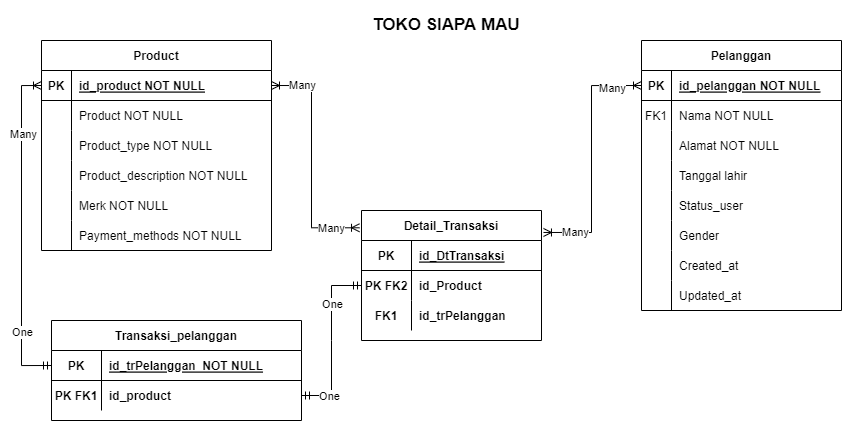
Above: ERD_Moh. Alif Al Lukman.png in ALTA-DE12-ALIF/Database-1 (draw.io), before the change. Source tidied: cells renumbered, new cells last; positions are measured from the earlier drawing's top-left corner, leaving out a move shared by most shapes. Source of this version:
```xml
<mxGraphModel>
  <root>
    <mxCell id="0" />
    <mxCell id="1" parent="0" />
    <mxCell id="2" value="Pelanggan" style="shape=table;startSize=30;rowLines=0;fontStyle=1;align=center;" parent="1" vertex="1">
      <mxGeometry x="620" y="30" width="200" height="270" as="geometry" />
    </mxCell>
    <mxCell id="3" style="shape=partialRectangle;fillColor=none;points=[[0,0.5],[1,0.5]];portConstraint=eastwest;top=0;left=0;right=0;bottom=1;" parent="2" vertex="1">
      <mxGeometry y="30" width="200" height="30" as="geometry" />
    </mxCell>
    <mxCell id="4" value="PK" style="shape=partialRectangle;overflow=hidden;fillColor=none;top=0;left=0;bottom=0;right=0;fontStyle=1;" parent="3" vertex="1">
      <mxGeometry width="30" height="30" as="geometry" />
    </mxCell>
    <mxCell id="5" value="id_pelanggan NOT NULL " style="shape=partialRectangle;overflow=hidden;fillColor=none;top=0;left=0;bottom=0;right=0;align=left;spacingLeft=6;fontStyle=5;" parent="3" vertex="1">
      <mxGeometry x="30" width="170" height="30" as="geometry" />
    </mxCell>
    <mxCell id="6" style="shape=partialRectangle;fillColor=none;top=0;left=0;right=0;bottom=0;" parent="2" vertex="1">
      <mxGeometry y="60" width="200" height="30" as="geometry" />
    </mxCell>
    <mxCell id="7" value="FK1" style="shape=partialRectangle;overflow=hidden;fillColor=none;top=0;left=0;bottom=0;right=0;" parent="6" vertex="1">
      <mxGeometry width="30" height="30" as="geometry" />
    </mxCell>
    <mxCell id="8" value="Nama NOT NULL" style="shape=partialRectangle;overflow=hidden;fillColor=none;top=0;left=0;bottom=0;right=0;align=left;spacingLeft=6;" parent="6" vertex="1">
      <mxGeometry x="30" width="170" height="30" as="geometry" />
    </mxCell>
    <mxCell id="9" style="shape=partialRectangle;fillColor=none;top=0;left=0;right=0;bottom=0;" parent="2" vertex="1">
      <mxGeometry y="90" width="200" height="30" as="geometry" />
    </mxCell>
    <mxCell id="10" style="shape=partialRectangle;overflow=hidden;fillColor=none;top=0;left=0;bottom=0;right=0;" parent="9" vertex="1">
      <mxGeometry width="30" height="30" as="geometry" />
    </mxCell>
    <mxCell id="11" value="Alamat NOT NULL" style="shape=partialRectangle;overflow=hidden;fillColor=none;top=0;left=0;bottom=0;right=0;align=left;spacingLeft=6;" parent="9" vertex="1">
      <mxGeometry x="30" width="170" height="30" as="geometry" />
    </mxCell>
    <mxCell id="12" style="shape=partialRectangle;fillColor=none;top=0;left=0;right=0;bottom=0;" parent="2" vertex="1">
      <mxGeometry y="120" width="200" height="30" as="geometry" />
    </mxCell>
    <mxCell id="13" style="shape=partialRectangle;overflow=hidden;fillColor=none;top=0;left=0;bottom=0;right=0;" parent="12" vertex="1">
      <mxGeometry width="30" height="30" as="geometry" />
    </mxCell>
    <mxCell id="14" value="Tanggal lahir" style="shape=partialRectangle;overflow=hidden;fillColor=none;top=0;left=0;bottom=0;right=0;align=left;spacingLeft=6;" parent="12" vertex="1">
      <mxGeometry x="30" width="170" height="30" as="geometry" />
    </mxCell>
    <mxCell id="15" style="shape=partialRectangle;fillColor=none;top=0;left=0;right=0;bottom=0;" parent="2" vertex="1">
      <mxGeometry y="150" width="200" height="30" as="geometry" />
    </mxCell>
    <mxCell id="16" style="shape=partialRectangle;overflow=hidden;fillColor=none;top=0;left=0;bottom=0;right=0;" parent="15" vertex="1">
      <mxGeometry width="30" height="30" as="geometry" />
    </mxCell>
    <mxCell id="17" value="Status_user" style="shape=partialRectangle;overflow=hidden;fillColor=none;top=0;left=0;bottom=0;right=0;align=left;spacingLeft=6;" parent="15" vertex="1">
      <mxGeometry x="30" width="170" height="30" as="geometry" />
    </mxCell>
    <mxCell id="18" style="shape=partialRectangle;fillColor=none;top=0;left=0;right=0;bottom=0;" parent="2" vertex="1">
      <mxGeometry y="180" width="200" height="30" as="geometry" />
    </mxCell>
    <mxCell id="19" style="shape=partialRectangle;overflow=hidden;fillColor=none;top=0;left=0;bottom=0;right=0;" parent="18" vertex="1">
      <mxGeometry width="30" height="30" as="geometry" />
    </mxCell>
    <mxCell id="20" value="Gender" style="shape=partialRectangle;overflow=hidden;fillColor=none;top=0;left=0;bottom=0;right=0;align=left;spacingLeft=6;" parent="18" vertex="1">
      <mxGeometry x="30" width="170" height="30" as="geometry" />
    </mxCell>
    <mxCell id="21" style="shape=partialRectangle;fillColor=none;top=0;left=0;right=0;bottom=0;" parent="2" vertex="1">
      <mxGeometry y="210" width="200" height="30" as="geometry" />
    </mxCell>
    <mxCell id="22" style="shape=partialRectangle;overflow=hidden;fillColor=none;top=0;left=0;bottom=0;right=0;" parent="21" vertex="1">
      <mxGeometry width="30" height="30" as="geometry" />
    </mxCell>
    <mxCell id="23" value="Created_at" style="shape=partialRectangle;overflow=hidden;fillColor=none;top=0;left=0;bottom=0;right=0;align=left;spacingLeft=6;" parent="21" vertex="1">
      <mxGeometry x="30" width="170" height="30" as="geometry" />
    </mxCell>
    <mxCell id="24" style="shape=partialRectangle;fillColor=none;top=0;left=0;right=0;bottom=0;" parent="2" vertex="1">
      <mxGeometry y="240" width="200" height="30" as="geometry" />
    </mxCell>
    <mxCell id="25" style="shape=partialRectangle;overflow=hidden;fillColor=none;top=0;left=0;bottom=0;right=0;" parent="24" vertex="1">
      <mxGeometry width="30" height="30" as="geometry" />
    </mxCell>
    <mxCell id="26" value="Updated_at" style="shape=partialRectangle;overflow=hidden;fillColor=none;top=0;left=0;bottom=0;right=0;align=left;spacingLeft=6;" parent="24" vertex="1">
      <mxGeometry x="30" width="170" height="30" as="geometry" />
    </mxCell>
    <mxCell id="27" value="Transaksi_pelanggan" style="shape=table;startSize=30;rowLines=0;fontStyle=1;align=center;" parent="1" vertex="1">
      <mxGeometry x="30" y="310" width="250" height="100" as="geometry" />
    </mxCell>
    <mxCell id="28" style="shape=partialRectangle;fillColor=none;points=[[0,0.5],[1,0.5]];portConstraint=eastwest;top=0;left=0;right=0;bottom=1;" parent="27" vertex="1">
      <mxGeometry y="30" width="250" height="30" as="geometry" />
    </mxCell>
    <mxCell id="29" value="PK" style="shape=partialRectangle;overflow=hidden;fillColor=none;top=0;left=0;bottom=0;right=0;fontStyle=1;" parent="28" vertex="1">
      <mxGeometry width="50" height="30" as="geometry" />
    </mxCell>
    <mxCell id="30" value="id_trPelanggan  NOT NULL " style="shape=partialRectangle;overflow=hidden;fillColor=none;top=0;left=0;bottom=0;right=0;align=left;spacingLeft=6;fontStyle=5;" parent="28" vertex="1">
      <mxGeometry x="50" width="200" height="30" as="geometry" />
    </mxCell>
    <mxCell id="31" style="shape=partialRectangle;fillColor=none;points=[[0,0.5],[1,0.5]];portConstraint=eastwest;top=0;left=0;right=0;bottom=0;" parent="27" vertex="1">
      <mxGeometry y="60" width="250" height="30" as="geometry" />
    </mxCell>
    <mxCell id="32" value="PK FK1" style="shape=partialRectangle;overflow=hidden;fillColor=none;top=0;left=0;bottom=0;right=0;fontStyle=1;" parent="31" vertex="1">
      <mxGeometry width="50" height="30" as="geometry" />
    </mxCell>
    <mxCell id="33" value="id_product" style="shape=partialRectangle;overflow=hidden;fillColor=none;top=0;left=0;bottom=0;right=0;align=left;spacingLeft=6;fontStyle=1;" parent="31" vertex="1">
      <mxGeometry x="50" width="200" height="30" as="geometry" />
    </mxCell>
    <mxCell id="34" value="Product" style="shape=table;startSize=30;rowLines=0;fontStyle=1;align=center;" parent="1" vertex="1">
      <mxGeometry x="20" y="30" width="230" height="210" as="geometry" />
    </mxCell>
    <mxCell id="35" style="shape=partialRectangle;fillColor=none;points=[[0,0.5],[1,0.5]];portConstraint=eastwest;top=0;left=0;right=0;bottom=1;" parent="34" vertex="1">
      <mxGeometry y="30" width="230" height="30" as="geometry" />
    </mxCell>
    <mxCell id="36" value="PK" style="shape=partialRectangle;overflow=hidden;fillColor=none;top=0;left=0;bottom=0;right=0;fontStyle=1;" parent="35" vertex="1">
      <mxGeometry width="30" height="30" as="geometry" />
    </mxCell>
    <mxCell id="37" value="id_product NOT NULL " style="shape=partialRectangle;overflow=hidden;fillColor=none;top=0;left=0;bottom=0;right=0;align=left;spacingLeft=6;fontStyle=5;" parent="35" vertex="1">
      <mxGeometry x="30" width="200" height="30" as="geometry" />
    </mxCell>
    <mxCell id="38" style="shape=partialRectangle;fillColor=none;top=0;left=0;right=0;bottom=0;" parent="34" vertex="1">
      <mxGeometry y="60" width="230" height="30" as="geometry" />
    </mxCell>
    <mxCell id="39" style="shape=partialRectangle;overflow=hidden;fillColor=none;top=0;left=0;bottom=0;right=0;" parent="38" vertex="1">
      <mxGeometry width="30" height="30" as="geometry" />
    </mxCell>
    <mxCell id="40" value="Product NOT NULL" style="shape=partialRectangle;overflow=hidden;fillColor=none;top=0;left=0;bottom=0;right=0;align=left;spacingLeft=6;" parent="38" vertex="1">
      <mxGeometry x="30" width="200" height="30" as="geometry" />
    </mxCell>
    <mxCell id="41" style="shape=partialRectangle;fillColor=none;top=0;left=0;right=0;bottom=0;" parent="34" vertex="1">
      <mxGeometry y="90" width="230" height="30" as="geometry" />
    </mxCell>
    <mxCell id="42" style="shape=partialRectangle;overflow=hidden;fillColor=none;top=0;left=0;bottom=0;right=0;" parent="41" vertex="1">
      <mxGeometry width="30" height="30" as="geometry" />
    </mxCell>
    <mxCell id="43" value="Product_type NOT NULL" style="shape=partialRectangle;overflow=hidden;fillColor=none;top=0;left=0;bottom=0;right=0;align=left;spacingLeft=6;" parent="41" vertex="1">
      <mxGeometry x="30" width="200" height="30" as="geometry" />
    </mxCell>
    <mxCell id="44" style="shape=partialRectangle;fillColor=none;top=0;left=0;right=0;bottom=0;" parent="34" vertex="1">
      <mxGeometry y="120" width="230" height="30" as="geometry" />
    </mxCell>
    <mxCell id="45" style="shape=partialRectangle;overflow=hidden;fillColor=none;top=0;left=0;bottom=0;right=0;" parent="44" vertex="1">
      <mxGeometry width="30" height="30" as="geometry" />
    </mxCell>
    <mxCell id="46" value="Product_description NOT NULL" style="shape=partialRectangle;overflow=hidden;fillColor=none;top=0;left=0;bottom=0;right=0;align=left;spacingLeft=6;" parent="44" vertex="1">
      <mxGeometry x="30" width="200" height="30" as="geometry" />
    </mxCell>
    <mxCell id="47" style="shape=partialRectangle;fillColor=none;top=0;left=0;right=0;bottom=0;" parent="34" vertex="1">
      <mxGeometry y="150" width="230" height="30" as="geometry" />
    </mxCell>
    <mxCell id="48" style="shape=partialRectangle;overflow=hidden;fillColor=none;top=0;left=0;bottom=0;right=0;" parent="47" vertex="1">
      <mxGeometry width="30" height="30" as="geometry" />
    </mxCell>
    <mxCell id="49" value="Merk NOT NULL" style="shape=partialRectangle;overflow=hidden;fillColor=none;top=0;left=0;bottom=0;right=0;align=left;spacingLeft=6;" parent="47" vertex="1">
      <mxGeometry x="30" width="200" height="30" as="geometry" />
    </mxCell>
    <mxCell id="50" style="shape=partialRectangle;fillColor=none;top=0;left=0;right=0;bottom=0;" parent="34" vertex="1">
      <mxGeometry y="180" width="230" height="30" as="geometry" />
    </mxCell>
    <mxCell id="51" style="shape=partialRectangle;overflow=hidden;fillColor=none;top=0;left=0;bottom=0;right=0;" parent="50" vertex="1">
      <mxGeometry width="30" height="30" as="geometry" />
    </mxCell>
    <mxCell id="52" value="Payment_methods NOT NULL" style="shape=partialRectangle;overflow=hidden;fillColor=none;top=0;left=0;bottom=0;right=0;align=left;spacingLeft=6;" parent="50" vertex="1">
      <mxGeometry x="30" width="200" height="30" as="geometry" />
    </mxCell>
    <mxCell id="53" value="Detail_Transaksi" style="shape=table;startSize=30;rowLines=0;fontStyle=1;align=center;" parent="1" vertex="1">
      <mxGeometry x="340" y="200" width="180" height="130" as="geometry" />
    </mxCell>
    <mxCell id="54" style="shape=tableRow;horizontal=0;startSize=0;swimlaneHead=0;swimlaneBody=0;fillColor=none;top=0;left=0;right=0;bottom=1;" parent="53" vertex="1">
      <mxGeometry y="30" width="180" height="30" as="geometry" />
    </mxCell>
    <mxCell id="55" value="PK" style="shape=partialRectangle;fillColor=none;top=0;left=0;bottom=0;right=0;fontStyle=1;overflow=hidden;" parent="54" vertex="1">
      <mxGeometry width="50" height="30" as="geometry" />
    </mxCell>
    <mxCell id="56" value="id_DtTransaksi" style="shape=partialRectangle;fillColor=none;top=0;left=0;bottom=0;right=0;align=left;spacingLeft=6;fontStyle=5;overflow=hidden;" parent="54" vertex="1">
      <mxGeometry x="50" width="130" height="30" as="geometry" />
    </mxCell>
    <mxCell id="57" style="shape=tableRow;horizontal=0;startSize=0;swimlaneHead=0;swimlaneBody=0;fillColor=none;points=[[0,0.5],[1,0.5]];portConstraint=eastwest;top=0;left=0;right=0;bottom=0;" parent="53" vertex="1">
      <mxGeometry y="60" width="180" height="30" as="geometry" />
    </mxCell>
    <mxCell id="58" value="PK FK2" style="shape=partialRectangle;fillColor=none;top=0;left=0;bottom=0;right=0;overflow=hidden;fontStyle=1;" parent="57" vertex="1">
      <mxGeometry width="50" height="30" as="geometry" />
    </mxCell>
    <mxCell id="59" value="id_Product" style="shape=partialRectangle;fillColor=none;top=0;left=0;bottom=0;right=0;align=left;spacingLeft=6;overflow=hidden;fontStyle=1;" parent="57" vertex="1">
      <mxGeometry x="50" width="130" height="30" as="geometry" />
    </mxCell>
    <mxCell id="60" style="shape=tableRow;horizontal=0;startSize=0;swimlaneHead=0;swimlaneBody=0;fillColor=none;top=0;left=0;right=0;bottom=0;" parent="53" vertex="1">
      <mxGeometry y="90" width="180" height="30" as="geometry" />
    </mxCell>
    <mxCell id="61" value="FK1" style="shape=partialRectangle;fillColor=none;top=0;left=0;bottom=0;right=0;overflow=hidden;fontStyle=1;" parent="60" vertex="1">
      <mxGeometry width="50" height="30" as="geometry" />
    </mxCell>
    <mxCell id="62" value="id_trPelanggan" style="shape=partialRectangle;fillColor=none;top=0;left=0;bottom=0;right=0;align=left;spacingLeft=6;overflow=hidden;fontStyle=1;" parent="60" vertex="1">
      <mxGeometry x="50" width="130" height="30" as="geometry" />
    </mxCell>
    <mxCell id="63" style="edgeStyle=orthogonalEdgeStyle;fontSize=12;html=1;endArrow=ERoneToMany;startArrow=ERmandOne;rounded=0;entryX=0;entryY=0.5;entryDx=0;entryDy=0;exitX=0;exitY=0.5;exitDx=0;exitDy=0;" parent="1" edge="1" source="28" target="35">
      <mxGeometry relative="1" as="geometry">
        <Array as="points">
          <mxPoint y="355" />
          <mxPoint y="75" />
        </Array>
      </mxGeometry>
    </mxCell>
    <mxCell id="64" value="One" style="edgeLabel;html=1;align=center;verticalAlign=middle;" parent="63" vertex="1">
      <mxGeometry x="-0.62" relative="1" as="geometry" />
    </mxCell>
    <mxCell id="65" value="Many" style="edgeLabel;html=1;align=center;verticalAlign=middle;" parent="63" vertex="1">
      <mxGeometry x="0.58" y="-1" relative="1" as="geometry" />
    </mxCell>
    <mxCell id="66" style="edgeStyle=entityRelationEdgeStyle;fontSize=12;html=1;endArrow=ERmandOne;startArrow=ERmandOne;rounded=0;entryX=0;entryY=0.5;entryDx=0;entryDy=0;exitX=1;exitY=0.5;exitDx=0;exitDy=0;" parent="1" edge="1" source="31" target="57">
      <mxGeometry relative="1" as="geometry" />
    </mxCell>
    <mxCell id="67" value="One" style="edgeLabel;html=1;align=center;verticalAlign=middle;" parent="66" vertex="1">
      <mxGeometry x="0.42" relative="1" as="geometry" />
    </mxCell>
    <mxCell id="68" value="One" style="edgeLabel;html=1;align=center;verticalAlign=middle;" parent="66" vertex="1">
      <mxGeometry x="-0.81" relative="1" as="geometry">
        <mxPoint x="11" as="offset" />
      </mxGeometry>
    </mxCell>
    <mxCell id="69" style="edgeStyle=orthogonalEdgeStyle;fontSize=12;html=1;endArrow=ERoneToMany;startArrow=ERoneToMany;rounded=0;entryX=1;entryY=0.5;entryDx=0;entryDy=0;exitX=-0.011;exitY=0.133;exitDx=0;exitDy=0;exitPerimeter=0;" parent="1" edge="1" source="53" target="35">
      <mxGeometry relative="1" as="geometry">
        <Array as="points">
          <mxPoint x="290" y="217" />
          <mxPoint x="290" y="75" />
        </Array>
      </mxGeometry>
    </mxCell>
    <mxCell id="70" value="Many" style="edgeLabel;html=1;align=center;verticalAlign=middle;" parent="69" vertex="1">
      <mxGeometry x="0.66" y="-1" relative="1" as="geometry">
        <mxPoint x="-8" as="offset" />
      </mxGeometry>
    </mxCell>
    <mxCell id="71" value="Many" style="edgeLabel;html=1;align=center;verticalAlign=middle;" parent="69" vertex="1">
      <mxGeometry x="-0.7" relative="1" as="geometry">
        <mxPoint x="6" as="offset" />
      </mxGeometry>
    </mxCell>
    <mxCell id="72" style="edgeStyle=orthogonalEdgeStyle;fontSize=12;html=1;endArrow=ERoneToMany;startArrow=ERoneToMany;rounded=0;entryX=0;entryY=0.5;entryDx=0;entryDy=0;exitX=1.011;exitY=0.169;exitDx=0;exitDy=0;exitPerimeter=0;" parent="1" edge="1" source="53" target="3">
      <mxGeometry relative="1" as="geometry">
        <Array as="points">
          <mxPoint x="570" y="222" />
          <mxPoint x="570" y="75" />
        </Array>
      </mxGeometry>
    </mxCell>
    <mxCell id="73" value="Many" style="edgeLabel;html=1;align=center;verticalAlign=middle;" parent="72" vertex="1">
      <mxGeometry x="-0.74" y="1" relative="1" as="geometry" />
    </mxCell>
    <mxCell id="74" value="Many" style="edgeLabel;html=1;align=center;verticalAlign=middle;" parent="72" vertex="1">
      <mxGeometry x="0.68" y="-2" relative="1" as="geometry">
        <mxPoint x="9" as="offset" />
      </mxGeometry>
    </mxCell>
    <mxCell id="75" value="&lt;b&gt;&lt;font style=&quot;font-size: 17px;&quot;&gt;TOKO SIAPA MAU&lt;/font&gt;&lt;/b&gt;" style="text;html=1;strokeColor=none;fillColor=none;align=center;verticalAlign=middle;whiteSpace=wrap;rounded=0;" parent="1" vertex="1">
      <mxGeometry x="340" width="170" height="30" as="geometry" />
    </mxCell>
  </root>
</mxGraphModel>
```
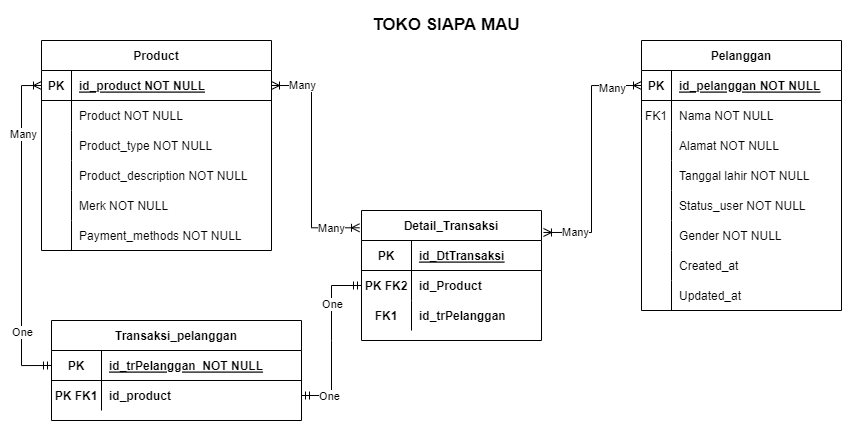
After the commit.

Commit message:
Database Toko Siapa Mau

Change to the diagram source:
```diff
@@ -38,7 +38,7 @@
     <mxCell id="13" style="shape=partialRectangle;overflow=hidden;fillColor=none;top=0;left=0;bottom=0;right=0;" parent="12" vertex="1">
       <mxGeometry width="30" height="30" as="geometry" />
     </mxCell>
-    <mxCell id="14" value="Tanggal lahir" style="shape=partialRectangle;overflow=hidden;fillColor=none;top=0;left=0;bottom=0;right=0;align=left;spacingLeft=6;" parent="12" vertex="1">
+    <mxCell id="14" value="Tanggal lahir NOT NULL" style="shape=partialRectangle;overflow=hidden;fillColor=none;top=0;left=0;bottom=0;right=0;align=left;spacingLeft=6;" parent="12" vertex="1">
       <mxGeometry x="30" width="170" height="30" as="geometry" />
     </mxCell>
     <mxCell id="15" style="shape=partialRectangle;fillColor=none;top=0;left=0;right=0;bottom=0;" parent="2" vertex="1">
@@ -47,7 +47,7 @@
     <mxCell id="16" style="shape=partialRectangle;overflow=hidden;fillColor=none;top=0;left=0;bottom=0;right=0;" parent="15" vertex="1">
       <mxGeometry width="30" height="30" as="geometry" />
     </mxCell>
-    <mxCell id="17" value="Status_user" style="shape=partialRectangle;overflow=hidden;fillColor=none;top=0;left=0;bottom=0;right=0;align=left;spacingLeft=6;" parent="15" vertex="1">
+    <mxCell id="17" value="Status_user NOT NULL" style="shape=partialRectangle;overflow=hidden;fillColor=none;top=0;left=0;bottom=0;right=0;align=left;spacingLeft=6;" parent="15" vertex="1">
       <mxGeometry x="30" width="170" height="30" as="geometry" />
     </mxCell>
     <mxCell id="18" style="shape=partialRectangle;fillColor=none;top=0;left=0;right=0;bottom=0;" parent="2" vertex="1">
@@ -56,7 +56,7 @@
     <mxCell id="19" style="shape=partialRectangle;overflow=hidden;fillColor=none;top=0;left=0;bottom=0;right=0;" parent="18" vertex="1">
       <mxGeometry width="30" height="30" as="geometry" />
     </mxCell>
-    <mxCell id="20" value="Gender" style="shape=partialRectangle;overflow=hidden;fillColor=none;top=0;left=0;bottom=0;right=0;align=left;spacingLeft=6;" parent="18" vertex="1">
+    <mxCell id="20" value="Gender NOT NULL" style="shape=partialRectangle;overflow=hidden;fillColor=none;top=0;left=0;bottom=0;right=0;align=left;spacingLeft=6;" parent="18" vertex="1">
       <mxGeometry x="30" width="170" height="30" as="geometry" />
     </mxCell>
     <mxCell id="21" style="shape=partialRectangle;fillColor=none;top=0;left=0;right=0;bottom=0;" parent="2" vertex="1">
@@ -74,7 +74,7 @@
     <mxCell id="25" style="shape=partialRectangle;overflow=hidden;fillColor=none;top=0;left=0;bottom=0;right=0;" parent="24" vertex="1">
       <mxGeometry width="30" height="30" as="geometry" />
     </mxCell>
-    <mxCell id="26" value="Updated_at" style="shape=partialRectangle;overflow=hidden;fillColor=none;top=0;left=0;bottom=0;right=0;align=left;spacingLeft=6;" parent="24" vertex="1">
+    <mxCell id="26" value="Updated_at " style="shape=partialRectangle;overflow=hidden;fillColor=none;top=0;left=0;bottom=0;right=0;align=left;spacingLeft=6;" parent="24" vertex="1">
       <mxGeometry x="30" width="170" height="30" as="geometry" />
     </mxCell>
     <mxCell id="27" value="Transaksi_pelanggan" style="shape=table;startSize=30;rowLines=0;fontStyle=1;align=center;" parent="1" vertex="1">
```
